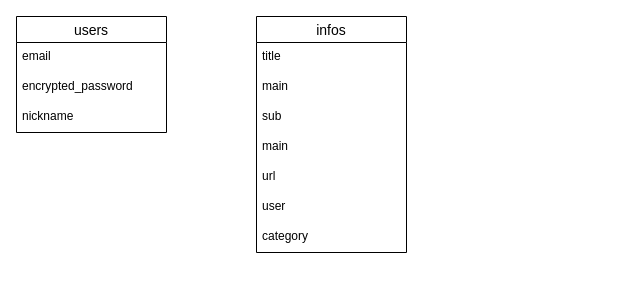
This is ER.dio from Hayaoru/tokugai2021, a draw.io file, before an edit. Source tidied: cells renumbered, new cells numbered last; positions are measured from the earlier drawing's top-left corner, leaving out a move shared by most shapes. Both pictures are drawn from the tidied source at 100%, with x=0, y=0 at pixel (16, 16).
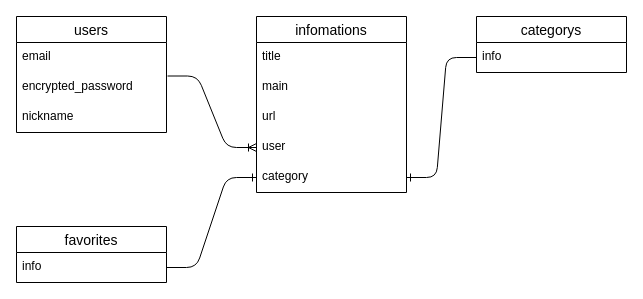
The same diagram, later.

The change refers to these unchanged cells:
```xml
<mxCell id="5" value="encrypted_password" style="text;strokeColor=none;fillColor=none;spacingLeft=4;spacingRight=4;overflow=hidden;points=[[0,0.5],[1,0.5]];portConstraint=eastwest;fontSize=12;" parent="2" vertex="1">
  <mxGeometry y="56" width="150" height="30" as="geometry" />
</mxCell>
```

The edit, as a diff of the source:
```diff
@@
-    <mxCell id="7" value="infos" style="swimlane;fontStyle=0;horizontal=1;startSize=26;align=center;fontSize=14;" parent="1" vertex="1">
-      <mxGeometry x="240" width="150" height="236" as="geometry" />
+    <mxCell id="7" value="infomations" style="swimlane;fontStyle=0;horizontal=1;startSize=26;align=center;fontSize=14;" parent="1" vertex="1">
+      <mxGeometry x="240" width="150" height="176" as="geometry" />
     </mxCell>
@@
-    <mxCell id="11" value="sub" style="text;strokeColor=none;fillColor=none;spacingLeft=4;spacingRight=4;overflow=hidden;fontSize=12;" parent="7" vertex="1">
-      <mxGeometry y="86" width="150" height="30" as="geometry" />
-    </mxCell>
-    <mxCell id="12" value="main" style="text;strokeColor=none;fillColor=none;spacingLeft=4;spacingRight=4;overflow=hidden;fontSize=12;" parent="7" vertex="1">
-      <mxGeometry y="116" width="150" height="30" as="geometry" />
-    </mxCell>
     <mxCell id="13" value="url" style="text;strokeColor=none;fillColor=none;spacingLeft=4;spacingRight=4;overflow=hidden;fontSize=12;" parent="7" vertex="1">
-      <mxGeometry y="146" width="150" height="30" as="geometry" />
+      <mxGeometry y="86" width="150" height="30" as="geometry" />
     </mxCell>
     <mxCell id="14" value="user" style="text;strokeColor=none;fillColor=none;spacingLeft=4;spacingRight=4;overflow=hidden;fontSize=12;" parent="7" vertex="1">
-      <mxGeometry y="176" width="150" height="30" as="geometry" />
+      <mxGeometry y="116" width="150" height="30" as="geometry" />
     </mxCell>
     <mxCell id="15" value="category" style="text;strokeColor=none;fillColor=none;spacingLeft=4;spacingRight=4;overflow=hidden;points=[[0,0.5],[1,0.5]];portConstraint=eastwest;fontSize=12;" parent="7" vertex="1">
-      <mxGeometry y="206" width="150" height="30" as="geometry" />
+      <mxGeometry y="146" width="150" height="30" as="geometry" />
     </mxCell>
+    <mxCell id="16" value="categorys" style="swimlane;fontStyle=0;horizontal=1;startSize=26;align=center;fontSize=14;" parent="1" vertex="1">
+      <mxGeometry x="460" width="150" height="56" as="geometry" />
+    </mxCell>
+    <mxCell id="17" value="info" style="text;strokeColor=none;fillColor=none;spacingLeft=4;spacingRight=4;overflow=hidden;points=[[0,0.5],[1,0.5]];portConstraint=eastwest;fontSize=12;" parent="16" vertex="1">
+      <mxGeometry y="26" width="150" height="30" as="geometry" />
+    </mxCell>
+    <mxCell id="18" style="edgeStyle=orthogonalEdgeStyle;rounded=0;orthogonalLoop=1;jettySize=auto;html=1;exitX=1;exitY=0.5;exitDx=0;exitDy=0;" parent="16" edge="1">
+      <mxGeometry relative="1" as="geometry">
+        <mxPoint x="150" y="101" as="sourcePoint" />
+        <mxPoint x="150" y="101" as="targetPoint" />
+      </mxGeometry>
+    </mxCell>
+    <mxCell id="19" style="edgeStyle=entityRelationEdgeStyle;fontSize=12;html=1;endArrow=ERoneToMany;exitX=1.007;exitY=0.117;exitDx=0;exitDy=0;exitPerimeter=0;entryX=0;entryY=0.5;entryDx=0;entryDy=0;" parent="1" edge="1" source="5">
+      <mxGeometry relative="1" as="geometry">
+        <mxPoint x="240" y="131" as="targetPoint" />
+      </mxGeometry>
+    </mxCell>
+    <mxCell id="20" style="edgeStyle=entityRelationEdgeStyle;fontSize=12;html=1;endArrow=ERone;endFill=1;exitX=0;exitY=0.5;exitDx=0;exitDy=0;entryX=1;entryY=0.5;entryDx=0;entryDy=0;" parent="1" edge="1" source="17" target="15">
+      <mxGeometry relative="1" as="geometry" />
+    </mxCell>
+    <mxCell id="21" value="favorites" style="swimlane;fontStyle=0;horizontal=1;startSize=26;align=center;fontSize=14;" parent="1" vertex="1">
+      <mxGeometry y="210" width="150" height="56" as="geometry" />
+    </mxCell>
+    <mxCell id="22" value="info" style="text;strokeColor=none;fillColor=none;spacingLeft=4;spacingRight=4;overflow=hidden;points=[[0,0.5],[1,0.5]];portConstraint=eastwest;fontSize=12;" parent="21" vertex="1">
+      <mxGeometry y="26" width="150" height="30" as="geometry" />
+    </mxCell>
+    <mxCell id="23" style="edgeStyle=orthogonalEdgeStyle;rounded=0;orthogonalLoop=1;jettySize=auto;html=1;exitX=1;exitY=0.5;exitDx=0;exitDy=0;" parent="21" edge="1">
+      <mxGeometry relative="1" as="geometry">
+        <mxPoint x="150" y="101" as="sourcePoint" />
+        <mxPoint x="150" y="101" as="targetPoint" />
+      </mxGeometry>
+    </mxCell>
+    <mxCell id="24" style="edgeStyle=entityRelationEdgeStyle;fontSize=12;html=1;endArrow=ERone;endFill=1;exitX=1;exitY=0.5;exitDx=0;exitDy=0;entryX=0;entryY=0.5;entryDx=0;entryDy=0;" parent="1" edge="1" source="22" target="15">
+      <mxGeometry relative="1" as="geometry" />
+    </mxCell>
```
